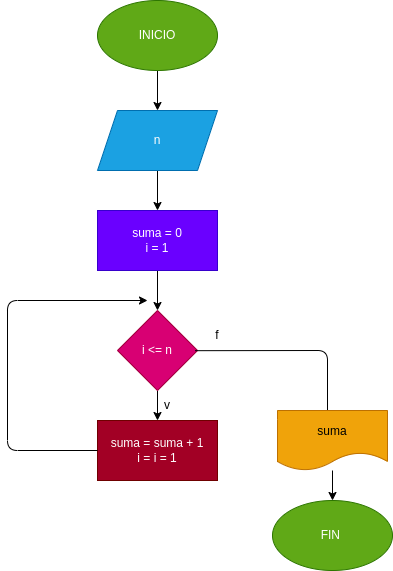
This is diagrama.png from sharol2021/caso1_while-, a draw.io export, as it was before one commit. Source tidied: cells renumbered, new cells last; positions are measured from the earlier drawing's top-left corner, leaving out a move shared by most shapes. Source of this version:
```xml
<mxGraphModel>
  <root>
    <mxCell id="0" />
    <mxCell id="1" parent="0" />
    <mxCell id="2" style="edgeStyle=none;html=1;" parent="1" edge="1" source="3" target="5">
      <mxGeometry relative="1" as="geometry" />
    </mxCell>
    <mxCell id="3" value="INICIO" style="ellipse;whiteSpace=wrap;html=1;fillColor=#60a917;fontColor=#ffffff;strokeColor=#2D7600;" parent="1" vertex="1">
      <mxGeometry x="90" width="120" height="70" as="geometry" />
    </mxCell>
    <mxCell id="4" style="edgeStyle=none;html=1;" parent="1" edge="1" source="5" target="7">
      <mxGeometry relative="1" as="geometry" />
    </mxCell>
    <mxCell id="5" value="n" style="shape=parallelogram;perimeter=parallelogramPerimeter;whiteSpace=wrap;html=1;fixedSize=1;fillColor=#1ba1e2;fontColor=#ffffff;strokeColor=#006EAF;" parent="1" vertex="1">
      <mxGeometry x="90" y="110" width="120" height="60" as="geometry" />
    </mxCell>
    <mxCell id="6" style="edgeStyle=none;html=1;" parent="1" edge="1" source="7" target="9">
      <mxGeometry relative="1" as="geometry" />
    </mxCell>
    <mxCell id="7" value="suma = 0&lt;br&gt;i = 1" style="rounded=0;whiteSpace=wrap;html=1;fillColor=#6a00ff;fontColor=#ffffff;strokeColor=#3700CC;" parent="1" vertex="1">
      <mxGeometry x="90" y="210" width="120" height="60" as="geometry" />
    </mxCell>
    <mxCell id="8" style="edgeStyle=none;html=1;" parent="1" edge="1" source="9" target="10">
      <mxGeometry relative="1" as="geometry" />
    </mxCell>
    <mxCell id="9" value="i &amp;lt;= n" style="rhombus;whiteSpace=wrap;html=1;fillColor=#d80073;fontColor=#ffffff;strokeColor=#A50040;" parent="1" vertex="1">
      <mxGeometry x="110" y="310" width="80" height="80" as="geometry" />
    </mxCell>
    <mxCell id="10" value="suma = suma + 1&lt;br&gt;i = i = 1" style="rounded=0;whiteSpace=wrap;html=1;fillColor=#a20025;fontColor=#ffffff;strokeColor=#6F0000;" parent="1" vertex="1">
      <mxGeometry x="90" y="420" width="120" height="60" as="geometry" />
    </mxCell>
    <mxCell id="11" style="endArrow=classic;html=1;exitX=0;exitY=0.5;exitDx=0;exitDy=0;" parent="1" edge="1" source="10">
      <mxGeometry relative="1" as="geometry">
        <mxPoint x="140" y="300" as="targetPoint" />
        <Array as="points">
          <mxPoint y="450" />
          <mxPoint y="300" />
        </Array>
      </mxGeometry>
    </mxCell>
    <mxCell id="12" value="v" style="text;html=1;strokeColor=none;fillColor=none;align=center;verticalAlign=middle;whiteSpace=wrap;rounded=0;" parent="1" vertex="1">
      <mxGeometry x="130" y="390" width="60" height="30" as="geometry" />
    </mxCell>
    <mxCell id="13" value="f" style="text;html=1;strokeColor=none;fillColor=none;align=center;verticalAlign=middle;whiteSpace=wrap;rounded=0;" parent="1" vertex="1">
      <mxGeometry x="180" y="320" width="60" height="30" as="geometry" />
    </mxCell>
    <mxCell id="14" style="endArrow=none;html=1;entryX=0.128;entryY=1.006;entryDx=0;entryDy=0;entryPerimeter=0;" parent="1" edge="1" target="13">
      <mxGeometry relative="1" as="geometry">
        <mxPoint x="320" y="410" as="sourcePoint" />
        <Array as="points">
          <mxPoint x="320" y="410" />
          <mxPoint x="320" y="350" />
        </Array>
      </mxGeometry>
    </mxCell>
    <mxCell id="15" style="edgeStyle=none;html=1;" parent="1" edge="1" source="16">
      <mxGeometry relative="1" as="geometry">
        <mxPoint x="325" y="500" as="targetPoint" />
      </mxGeometry>
    </mxCell>
    <mxCell id="16" value="suma" style="shape=document;whiteSpace=wrap;html=1;boundedLbl=1;fillColor=#f0a30a;fontColor=#000000;strokeColor=#BD7000;" parent="1" vertex="1">
      <mxGeometry x="270" y="410" width="110" height="60" as="geometry" />
    </mxCell>
    <mxCell id="17" value="FIN&amp;nbsp;" style="ellipse;whiteSpace=wrap;html=1;fillColor=#60a917;fontColor=#ffffff;strokeColor=#2D7600;" parent="1" vertex="1">
      <mxGeometry x="265" y="500" width="120" height="70" as="geometry" />
    </mxCell>
  </root>
</mxGraphModel>
```
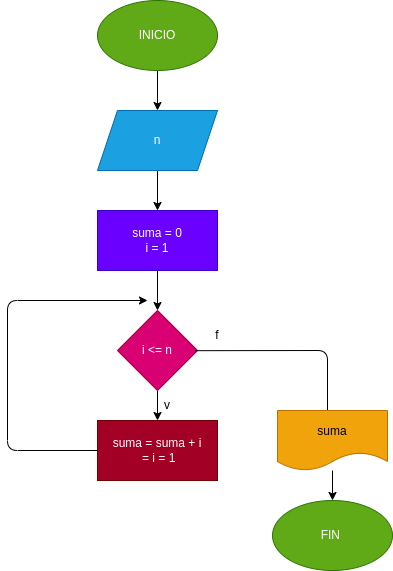
The same diagram one commit later.

Commit message:
se modifico diagrama

Diff of the diagram source:
```diff
@@ -26,7 +26,7 @@
     <mxCell id="9" value="i &amp;lt;= n" style="rhombus;whiteSpace=wrap;html=1;fillColor=#d80073;fontColor=#ffffff;strokeColor=#A50040;" parent="1" vertex="1">
       <mxGeometry x="110" y="310" width="80" height="80" as="geometry" />
     </mxCell>
-    <mxCell id="10" value="suma = suma + 1&lt;br&gt;i = i = 1" style="rounded=0;whiteSpace=wrap;html=1;fillColor=#a20025;fontColor=#ffffff;strokeColor=#6F0000;" parent="1" vertex="1">
+    <mxCell id="10" value="suma = suma + i&lt;br&gt;&amp;nbsp;= i = 1" style="rounded=0;whiteSpace=wrap;html=1;fillColor=#a20025;fontColor=#ffffff;strokeColor=#6F0000;" parent="1" vertex="1">
       <mxGeometry x="90" y="420" width="120" height="60" as="geometry" />
     </mxCell>
     <mxCell id="11" style="endArrow=classic;html=1;exitX=0;exitY=0.5;exitDx=0;exitDy=0;" parent="1" edge="1" source="10">
```
